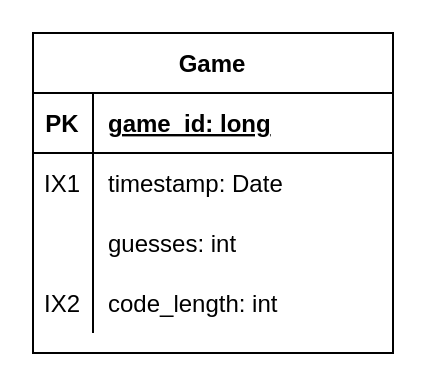
This is docs/work/erd (1).drawio from Alex-Garber/codebreaker-android, a draw.io file, before an edit. Source tidied: cells renumbered, new cells numbered last; positions are measured from the earlier drawing's top-left corner, leaving out a move shared by most shapes. Both pictures are drawn from the tidied source at 200%, with x=0, y=0 at pixel (32, 32).
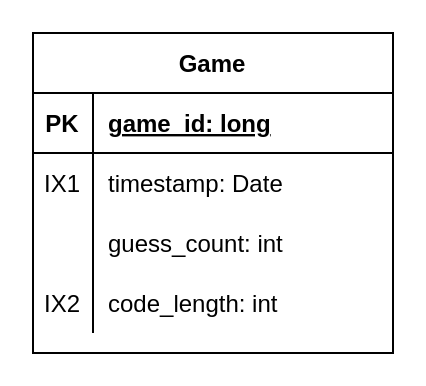
Above is the later version.

Commit message:
Starting database

Change to the diagram source:
```diff
@@
 <mxGraphModel>
   <root>
     <mxCell id="0" />
     <mxCell id="1" parent="0" />
     <mxCell id="2" value="Game" style="shape=table;startSize=30;childLayout=tableLayout;rowLines=0;fontStyle=1;align=center;" parent="1" vertex="1">
       <mxGeometry width="180" height="160" as="geometry" />
     </mxCell>
     <mxCell id="3" style="shape=partialRectangle;fillColor=none;top=0;left=0;bottom=1;right=0;" parent="2" vertex="1">
       <mxGeometry y="30" width="180" height="30" as="geometry" />
     </mxCell>
     <mxCell id="4" value="PK" style="shape=partialRectangle;fillColor=none;top=0;left=0;bottom=0;right=0;fontStyle=1;overflow=hidden;" parent="3" vertex="1">
       <mxGeometry width="30" height="30" as="geometry" />
     </mxCell>
     <mxCell id="5" value="game_id: long" style="shape=partialRectangle;fillColor=none;top=0;left=0;bottom=0;right=0;align=left;spacingLeft=6;fontStyle=5;overflow=hidden;" parent="3" vertex="1">
       <mxGeometry x="30" width="150" height="30" as="geometry" />
     </mxCell>
     <mxCell id="6" style="shape=partialRectangle;fillColor=none;top=0;left=0;bottom=0;right=0;" parent="2" vertex="1">
       <mxGeometry y="60" width="180" height="30" as="geometry" />
     </mxCell>
     <mxCell id="7" value="IX1" style="shape=partialRectangle;fillColor=none;top=0;left=0;bottom=0;right=0;overflow=hidden;" parent="6" vertex="1">
       <mxGeometry width="30" height="30" as="geometry" />
     </mxCell>
     <mxCell id="8" value="timestamp: Date" style="shape=partialRectangle;fillColor=none;top=0;left=0;bottom=0;right=0;align=left;spacingLeft=6;overflow=hidden;" parent="6" vertex="1">
       <mxGeometry x="30" width="150" height="30" as="geometry" />
     </mxCell>
     <mxCell id="9" style="shape=partialRectangle;fillColor=none;top=0;left=0;bottom=0;right=0;" parent="2" vertex="1">
       <mxGeometry y="90" width="180" height="30" as="geometry" />
     </mxCell>
     <mxCell id="10" style="shape=partialRectangle;fillColor=none;top=0;left=0;bottom=0;right=0;overflow=hidden;" parent="9" vertex="1">
       <mxGeometry width="30" height="30" as="geometry" />
     </mxCell>
-    <mxCell id="11" value="guesses: int" style="shape=partialRectangle;fillColor=none;top=0;left=0;bottom=0;right=0;align=left;spacingLeft=6;overflow=hidden;" parent="9" vertex="1">
+    <mxCell id="11" value="guess_count: int" style="shape=partialRectangle;fillColor=none;top=0;left=0;bottom=0;right=0;align=left;spacingLeft=6;overflow=hidden;" parent="9" vertex="1">
       <mxGeometry x="30" width="150" height="30" as="geometry" />
     </mxCell>
     <mxCell id="12" style="shape=partialRectangle;fillColor=none;top=0;left=0;bottom=0;right=0;" parent="2" vertex="1">
       <mxGeometry y="120" width="180" height="30" as="geometry" />
     </mxCell>
     <mxCell id="13" value="IX2" style="shape=partialRectangle;fillColor=none;top=0;left=0;bottom=0;right=0;overflow=hidden;" parent="12" vertex="1">
       <mxGeometry width="30" height="30" as="geometry" />
     </mxCell>
     <mxCell id="14" value="code_length: int" style="shape=partialRectangle;fillColor=none;top=0;left=0;bottom=0;right=0;align=left;spacingLeft=6;overflow=hidden;" parent="12" vertex="1">
       <mxGeometry x="30" width="150" height="30" as="geometry" />
     </mxCell>
   </root>
 </mxGraphModel>
```
